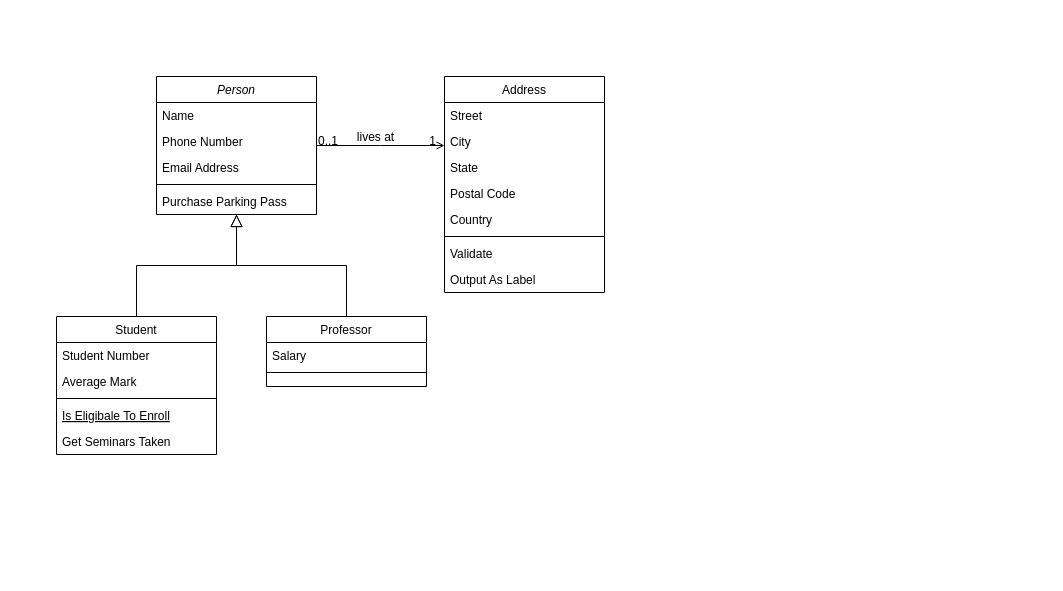
Earlier version of the draw.io diagram Fair_Trade_Coffe_Supply_Chain/project-6/FTC_UML-class-diagram.drawio (PaWeRe/Udacity-Blockchain-Nanodegree). Source tidied: cells renumbered, new cells numbered last; positions are measured from the earlier drawing's top-left corner, leaving out a move shared by most shapes. Both pictures are drawn from the tidied source at 100%, with x=0, y=0 at pixel (56, 76).
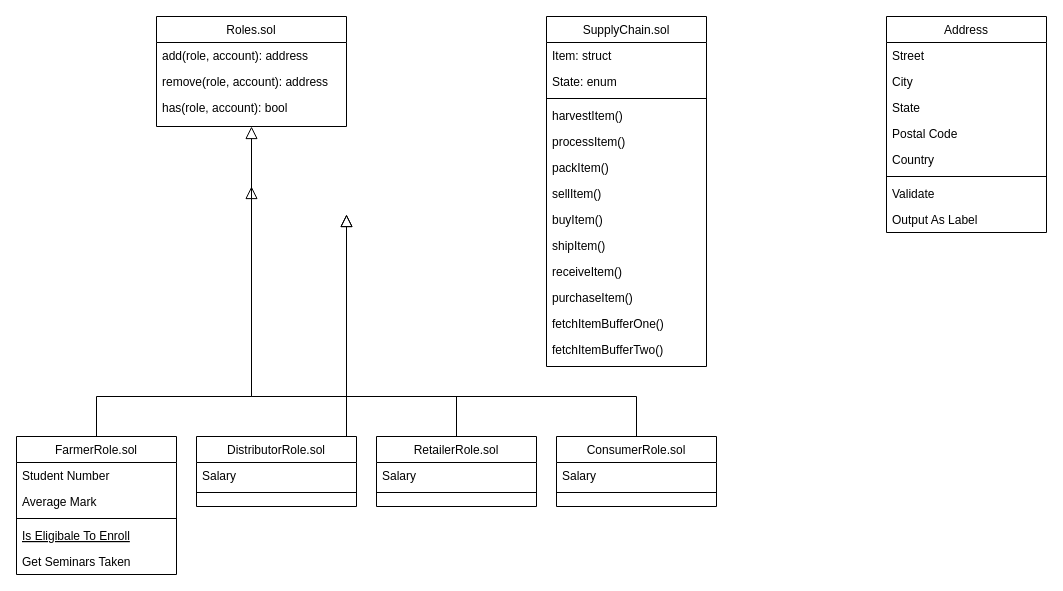
The same page after the edit.

Change to the diagram source:
```diff
@@
-    <mxCell id="2" value="Person" style="swimlane;fontStyle=2;align=center;verticalAlign=top;horizontal=1;startSize=26;rounded=0;shadow=0;strokeWidth=1;" parent="1" vertex="1">
-      <mxGeometry x="100" width="160" height="138" as="geometry" />
-    </mxCell>
-    <mxCell id="3" value="Name" style="text;align=left;verticalAlign=top;spacingLeft=4;spacingRight=4;overflow=hidden;" parent="2" vertex="1">
-      <mxGeometry y="26" width="160" height="26" as="geometry" />
-    </mxCell>
-    <mxCell id="4" value="Phone Number" style="text;align=left;verticalAlign=top;spacingLeft=4;spacingRight=4;overflow=hidden;rounded=0;shadow=0;html=0;" parent="2" vertex="1">
-      <mxGeometry y="52" width="160" height="26" as="geometry" />
-    </mxCell>
-    <mxCell id="5" value="Email Address" style="text;align=left;verticalAlign=top;spacingLeft=4;spacingRight=4;overflow=hidden;rounded=0;shadow=0;html=0;" parent="2" vertex="1">
-      <mxGeometry y="78" width="160" height="26" as="geometry" />
-    </mxCell>
-    <mxCell id="6" style="line;html=1;strokeWidth=1;align=left;verticalAlign=middle;spacingTop=-1;spacingLeft=3;spacingRight=3;labelPosition=right;" parent="2" vertex="1">
-      <mxGeometry y="104" width="160" height="8" as="geometry" />
-    </mxCell>
-    <mxCell id="7" value="Purchase Parking Pass" style="text;align=left;verticalAlign=top;spacingLeft=4;spacingRight=4;overflow=hidden;" parent="2" vertex="1">
-      <mxGeometry y="112" width="160" height="26" as="geometry" />
-    </mxCell>
+    <mxCell id="14" style="endArrow=block;endSize=10;endFill=0;shadow=0;strokeWidth=1;rounded=0;edgeStyle=elbowEdgeStyle;elbow=vertical;" parent="1" edge="1" source="8">
+      <mxGeometry relative="1" as="geometry">
+        <mxPoint x="195" y="110" as="targetPoint" />
+        <Array as="points">
+          <mxPoint x="180" y="320" />
+        </Array>
+      </mxGeometry>
+    </mxCell>
+    <mxCell id="18" style="endArrow=block;endSize=10;endFill=0;shadow=0;strokeWidth=1;rounded=0;edgeStyle=elbowEdgeStyle;elbow=vertical;" parent="1" edge="1" source="15">
+      <mxGeometry relative="1" as="geometry">
+        <mxPoint x="290" y="138" as="targetPoint" />
+        <Array as="points">
+          <mxPoint x="290" y="320" />
+        </Array>
+      </mxGeometry>
+    </mxCell>
+    <mxCell id="32" style="endArrow=block;endSize=10;endFill=0;shadow=0;strokeWidth=1;rounded=0;edgeStyle=elbowEdgeStyle;elbow=vertical;exitX=0.5;exitY=0;exitDx=0;exitDy=0;" parent="1" edge="1" source="34">
+      <mxGeometry relative="1" as="geometry">
+        <mxPoint x="290" y="138" as="targetPoint" />
+        <Array as="points">
+          <mxPoint x="290" y="320" />
+        </Array>
+      </mxGeometry>
+    </mxCell>
+    <mxCell id="33" style="endArrow=block;endSize=10;endFill=0;shadow=0;strokeWidth=1;rounded=0;edgeStyle=elbowEdgeStyle;elbow=vertical;exitX=0.5;exitY=0;exitDx=0;exitDy=0;entryX=0.5;entryY=1;entryDx=0;entryDy=0;" parent="1" edge="1" source="37" target="2">
+      <mxGeometry relative="1" as="geometry">
+        <Array as="points">
+          <mxPoint x="380" y="320" />
+        </Array>
+      </mxGeometry>
+    </mxCell>
-    <mxCell id="8" value="Student" style="swimlane;fontStyle=0;align=center;verticalAlign=top;horizontal=1;startSize=26;rounded=0;shadow=0;strokeWidth=1;" parent="1" vertex="1">
-      <mxGeometry y="240" width="160" height="138" as="geometry" />
+    <mxCell id="8" value="FarmerRole.sol" style="swimlane;fontStyle=0;align=center;verticalAlign=top;horizontal=1;startSize=26;rounded=0;shadow=0;strokeWidth=1;" parent="1" vertex="1">
+      <mxGeometry x="-40" y="360" width="160" height="138" as="geometry" />
     </mxCell>
@@
-    <mxCell id="14" style="endArrow=block;endSize=10;endFill=0;shadow=0;strokeWidth=1;rounded=0;edgeStyle=elbowEdgeStyle;elbow=vertical;" parent="1" edge="1" source="8" target="2">
-      <mxGeometry relative="1" as="geometry" />
-    </mxCell>
-    <mxCell id="15" value="Professor" style="swimlane;fontStyle=0;align=center;verticalAlign=top;horizontal=1;startSize=26;rounded=0;shadow=0;strokeWidth=1;" parent="1" vertex="1">
-      <mxGeometry x="210" y="240" width="160" height="70" as="geometry" />
+    <mxCell id="15" value="DistributorRole.sol" style="swimlane;fontStyle=0;align=center;verticalAlign=top;horizontal=1;startSize=26;rounded=0;shadow=0;strokeWidth=1;" parent="1" vertex="1">
+      <mxGeometry x="140" y="360" width="160" height="70" as="geometry" />
     </mxCell>
@@
-    <mxCell id="18" style="endArrow=block;endSize=10;endFill=0;shadow=0;strokeWidth=1;rounded=0;edgeStyle=elbowEdgeStyle;elbow=vertical;" parent="1" edge="1" source="15" target="2">
-      <mxGeometry relative="1" as="geometry" />
-    </mxCell>
+    <mxCell id="34" value="RetailerRole.sol" style="swimlane;fontStyle=0;align=center;verticalAlign=top;horizontal=1;startSize=26;rounded=0;shadow=0;strokeWidth=1;" parent="1" vertex="1">
+      <mxGeometry x="320" y="360" width="160" height="70" as="geometry" />
+    </mxCell>
+    <mxCell id="35" value="Salary" style="text;align=left;verticalAlign=top;spacingLeft=4;spacingRight=4;overflow=hidden;" parent="34" vertex="1">
+      <mxGeometry y="26" width="160" height="26" as="geometry" />
+    </mxCell>
+    <mxCell id="36" style="line;html=1;strokeWidth=1;align=left;verticalAlign=middle;spacingTop=-1;spacingLeft=3;spacingRight=3;labelPosition=right;" parent="34" vertex="1">
+      <mxGeometry y="52" width="160" height="8" as="geometry" />
+    </mxCell>
+    <mxCell id="37" value="ConsumerRole.sol" style="swimlane;fontStyle=0;align=center;verticalAlign=top;horizontal=1;startSize=26;rounded=0;shadow=0;strokeWidth=1;" parent="1" vertex="1">
+      <mxGeometry x="500" y="360" width="160" height="70" as="geometry" />
+    </mxCell>
+    <mxCell id="38" value="Salary" style="text;align=left;verticalAlign=top;spacingLeft=4;spacingRight=4;overflow=hidden;" parent="37" vertex="1">
+      <mxGeometry y="26" width="160" height="26" as="geometry" />
+    </mxCell>
+    <mxCell id="39" style="line;html=1;strokeWidth=1;align=left;verticalAlign=middle;spacingTop=-1;spacingLeft=3;spacingRight=3;labelPosition=right;" parent="37" vertex="1">
+      <mxGeometry y="52" width="160" height="8" as="geometry" />
+    </mxCell>
+    <mxCell id="2" value="Roles.sol" style="swimlane;fontStyle=0;align=center;verticalAlign=top;horizontal=1;startSize=26;rounded=0;shadow=0;strokeWidth=1;" parent="1" vertex="1">
+      <mxGeometry x="100" y="-60" width="190" height="110" as="geometry" />
+    </mxCell>
+    <mxCell id="3" value="add(role, account): address" style="text;align=left;verticalAlign=top;spacingLeft=4;spacingRight=4;overflow=hidden;" parent="2" vertex="1">
+      <mxGeometry y="26" width="190" height="26" as="geometry" />
+    </mxCell>
+    <mxCell id="4" value="remove(role, account): address" style="text;align=left;verticalAlign=top;spacingLeft=4;spacingRight=4;overflow=hidden;rounded=0;shadow=0;html=0;" parent="2" vertex="1">
+      <mxGeometry y="52" width="190" height="26" as="geometry" />
+    </mxCell>
+    <mxCell id="5" value="has(role, account): bool" style="text;align=left;verticalAlign=top;spacingLeft=4;spacingRight=4;overflow=hidden;rounded=0;shadow=0;html=0;" parent="2" vertex="1">
+      <mxGeometry y="78" width="190" height="26" as="geometry" />
+    </mxCell>
+    <mxCell id="40" value="SupplyChain.sol" style="swimlane;fontStyle=0;align=center;verticalAlign=top;horizontal=1;startSize=26;rounded=0;shadow=0;strokeWidth=1;" parent="1" vertex="1">
+      <mxGeometry x="490" y="-60" width="160" height="350" as="geometry" />
+    </mxCell>
+    <mxCell id="41" value="Item: struct" style="text;align=left;verticalAlign=top;spacingLeft=4;spacingRight=4;overflow=hidden;" parent="40" vertex="1">
+      <mxGeometry y="26" width="160" height="26" as="geometry" />
+    </mxCell>
+    <mxCell id="42" value="State: enum" style="text;align=left;verticalAlign=top;spacingLeft=4;spacingRight=4;overflow=hidden;rounded=0;shadow=0;html=0;" parent="40" vertex="1">
+      <mxGeometry y="52" width="160" height="26" as="geometry" />
+    </mxCell>
+    <mxCell id="43" style="line;html=1;strokeWidth=1;align=left;verticalAlign=middle;spacingTop=-1;spacingLeft=3;spacingRight=3;labelPosition=right;" parent="40" vertex="1">
+      <mxGeometry y="78" width="160" height="8" as="geometry" />
+    </mxCell>
+    <mxCell id="44" value="harvestItem()" style="text;align=left;verticalAlign=top;spacingLeft=4;spacingRight=4;overflow=hidden;" parent="40" vertex="1">
+      <mxGeometry y="86" width="160" height="26" as="geometry" />
+    </mxCell>
+    <mxCell id="45" value="processItem()&#10;&#10;" style="text;align=left;verticalAlign=top;spacingLeft=4;spacingRight=4;overflow=hidden;" parent="40" vertex="1">
+      <mxGeometry y="112" width="160" height="26" as="geometry" />
+    </mxCell>
+    <mxCell id="46" value="packItem()&#10;&#10;" style="text;align=left;verticalAlign=top;spacingLeft=4;spacingRight=4;overflow=hidden;" parent="40" vertex="1">
+      <mxGeometry y="138" width="160" height="26" as="geometry" />
+    </mxCell>
+    <mxCell id="47" value="sellItem()&#10;&#10;" style="text;align=left;verticalAlign=top;spacingLeft=4;spacingRight=4;overflow=hidden;" parent="40" vertex="1">
+      <mxGeometry y="164" width="160" height="26" as="geometry" />
+    </mxCell>
+    <mxCell id="48" value="buyItem()&#10;&#10;" style="text;align=left;verticalAlign=top;spacingLeft=4;spacingRight=4;overflow=hidden;" parent="40" vertex="1">
+      <mxGeometry y="190" width="160" height="26" as="geometry" />
+    </mxCell>
+    <mxCell id="49" value="shipItem()&#10;&#10;" style="text;align=left;verticalAlign=top;spacingLeft=4;spacingRight=4;overflow=hidden;" parent="40" vertex="1">
+      <mxGeometry y="216" width="160" height="26" as="geometry" />
+    </mxCell>
+    <mxCell id="50" value="receiveItem()&#10;&#10;" style="text;align=left;verticalAlign=top;spacingLeft=4;spacingRight=4;overflow=hidden;" parent="40" vertex="1">
+      <mxGeometry y="242" width="160" height="26" as="geometry" />
+    </mxCell>
+    <mxCell id="51" value="purchaseItem()&#10;&#10;" style="text;align=left;verticalAlign=top;spacingLeft=4;spacingRight=4;overflow=hidden;" parent="40" vertex="1">
+      <mxGeometry y="268" width="160" height="26" as="geometry" />
+    </mxCell>
+    <mxCell id="52" value="fetchItemBufferOne()" style="text;align=left;verticalAlign=top;spacingLeft=4;spacingRight=4;overflow=hidden;" parent="40" vertex="1">
+      <mxGeometry y="294" width="160" height="26" as="geometry" />
+    </mxCell>
+    <mxCell id="53" value="fetchItemBufferTwo()" style="text;align=left;verticalAlign=top;spacingLeft=4;spacingRight=4;overflow=hidden;" parent="40" vertex="1">
+      <mxGeometry y="320" width="160" height="26" as="geometry" />
+    </mxCell>
     <mxCell id="19" value="Address" style="swimlane;fontStyle=0;align=center;verticalAlign=top;horizontal=1;startSize=26;rounded=0;shadow=0;strokeWidth=1;" parent="1" vertex="1">
-      <mxGeometry x="388" width="160" height="216" as="geometry" />
+      <mxGeometry x="830" y="-60" width="160" height="216" as="geometry" />
     </mxCell>
@@
-    <mxCell id="28" style="endArrow=open;shadow=0;strokeWidth=1;rounded=0;endFill=1;edgeStyle=elbowEdgeStyle;elbow=vertical;" parent="1" edge="1" source="2" target="19">
-      <mxGeometry x="0.5" y="41" relative="1" as="geometry">
-        <mxPoint x="-40" y="32" as="offset" />
-      </mxGeometry>
-    </mxCell>
-    <mxCell id="29" value="0..1" style="align=left;verticalAlign=bottom;labelBackgroundColor=none;fontSize=12;" parent="28" vertex="1">
-      <mxGeometry x="-1" relative="1" as="geometry">
-        <mxPoint y="4" as="offset" />
-      </mxGeometry>
-    </mxCell>
-    <mxCell id="30" value="1" style="align=right;verticalAlign=bottom;labelBackgroundColor=none;fontSize=12;" parent="28" vertex="1">
-      <mxGeometry x="1" relative="1" as="geometry">
-        <mxPoint x="-7" y="4" as="offset" />
-      </mxGeometry>
-    </mxCell>
-    <mxCell id="31" value="lives at" style="text;html=1;align=center;verticalAlign=middle;labelBackgroundColor=none;rounded=0;shadow=0;strokeWidth=1;fontSize=12;" parent="28" vertex="1">
-      <mxGeometry x="0.5" y="49" relative="1" as="geometry">
-        <mxPoint x="-38" y="40" as="offset" />
-      </mxGeometry>
-    </mxCell>
```
